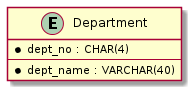
Above: images/departments-schema.png in AnsgarNell/HR-Tool-Backend (PlantUML), before the change.
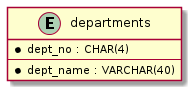
The same file after the commit.

Commit message:
Fixed departments table name in Entity Diagram. Added Controller section.

The edit, as a diff of the source:
```diff
@@ -1,6 +1,6 @@
 @startuml
 
-entity Department {
+entity departments {
     * dept_no : CHAR(4)
     --
     * dept_name : VARCHAR(40)
```
